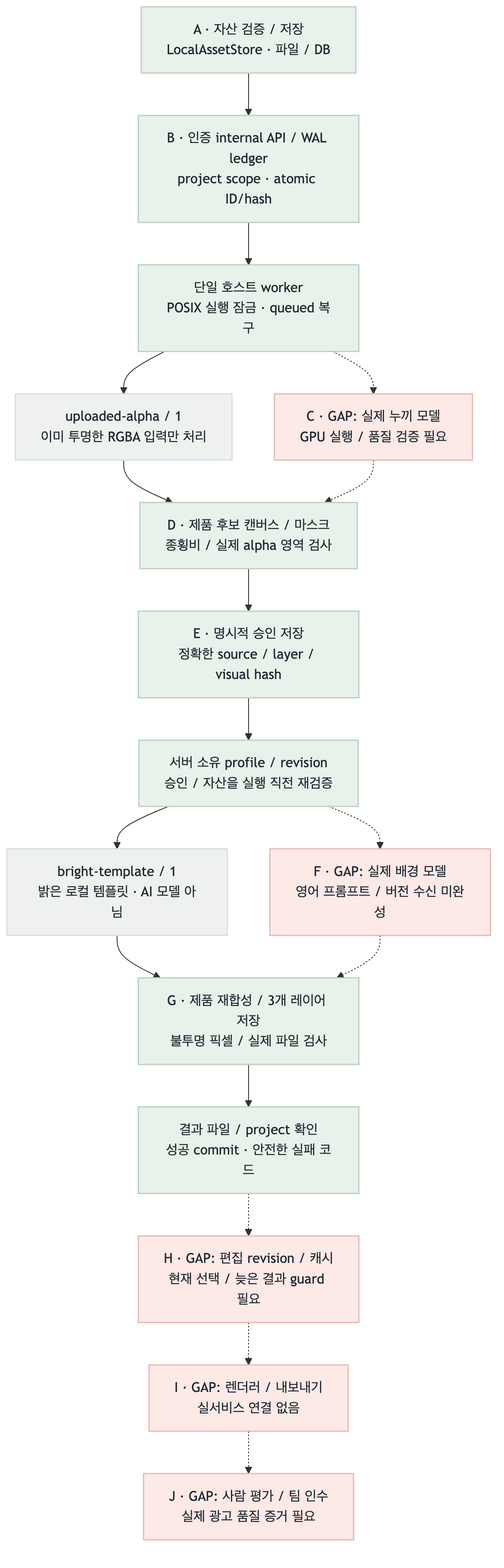
Above: fivecircles/architecture/spec/image-runtime-current-flow.png in uyt5041-lab/beauty-ai-models (Mermaid), before the change. Its source is kept beside it as fivecircles/architecture/spec/image-runtime-current-flow.mmd.
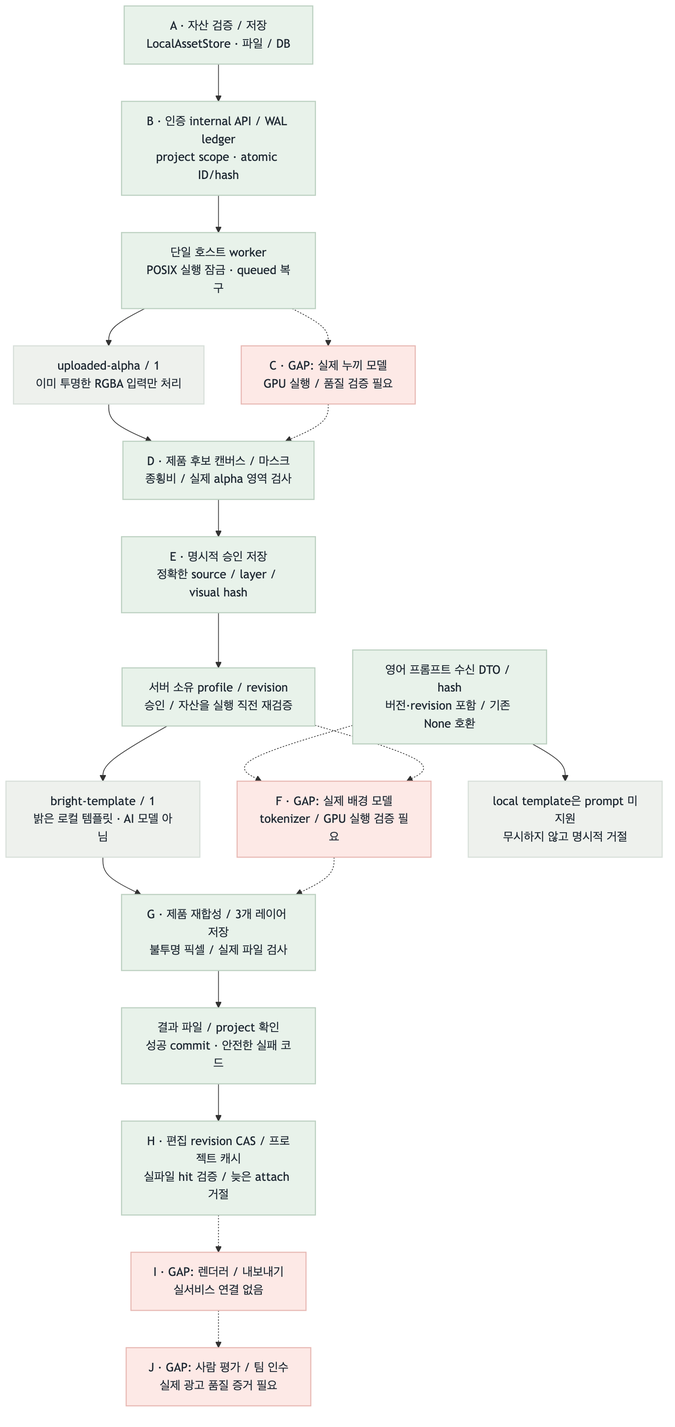
Later version of the same file.

Diff of the diagram source:
```diff
@@ -8,16 +8,20 @@
     E["E · 명시적 승인 저장<br/>정확한 source / layer / visual hash"]:::green
     P["서버 소유 profile / revision<br/>승인 / 자산을 실행 직전 재검증"]:::green
     T["bright-template / 1<br/>밝은 로컬 템플릿 · AI 모델 아님"]:::gray
-    F["F · GAP: 실제 배경 모델<br/>영어 프롬프트 / 버전 수신 미완성"]:::red
+    F["F · GAP: 실제 배경 모델<br/>tokenizer / GPU 실행 검증 필요"]:::red
     G["G · 제품 재합성 / 3개 레이어 저장<br/>불투명 픽셀 / 실제 파일 검사"]:::green
     R["결과 파일 / project 확인<br/>성공 commit · 안전한 실패 코드"]:::green
-    H["H · GAP: 편집 revision / 캐시<br/>현재 선택 / 늦은 결과 guard 필요"]:::red
+    H["H · 편집 revision CAS / 프로젝트 캐시<br/>실파일 hit 검증 / 늦은 attach 거절"]:::green
     I["I · GAP: 렌더러 / 내보내기<br/>실서비스 연결 없음"]:::red
     J["J · GAP: 사람 평가 / 팀 인수<br/>실제 광고 품질 증거 필요"]:::red
+    Q["영어 프롬프트 수신 DTO / hash<br/>버전·revision 포함 / 기존 None 호환"]:::green
+    X["local template은 prompt 미지원<br/>무시하지 않고 명시적 거절"]:::gray
+    Q --> X
+    Q -.-> F
     A --> B --> W --> U --> D --> E --> P --> T --> G --> R
     W -.-> C -.-> D
     P -.-> F -.-> G
-    R -.-> H -.-> I -.-> J
+    R --> H -.-> I -.-> J
 classDef green fill:#e8f2ea,stroke:#bdd1c2,color:#1f2933,stroke-width:1.5px
 classDef blue fill:#e8f0f7,stroke:#c2d3e0,color:#1f2933,stroke-width:1.5px
 classDef amber fill:#fff4dc,stroke:#e7c88f,color:#1f2933,stroke-width:1.5px
```
